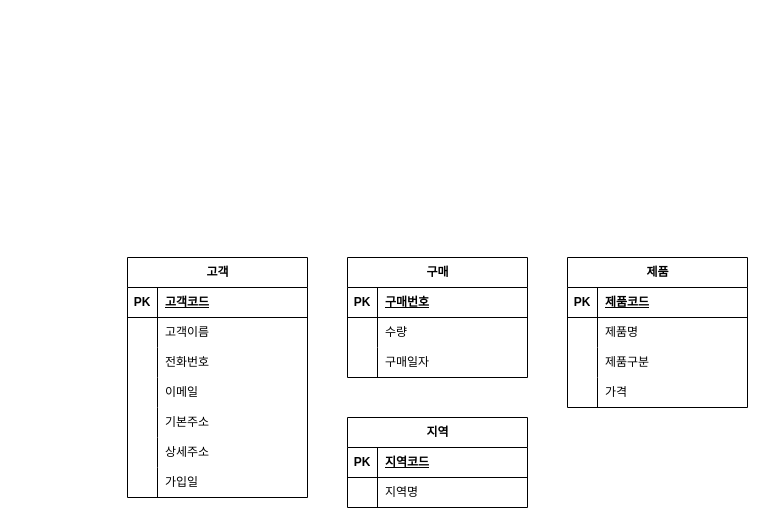
woozi97/erd keeps this draw.io diagram as page "논리적 모델링" (2 of 2) of 제목 없는 다이어그램.drawio. Above is the earlier version. Source tidied: cells renumbered, new cells numbered last; positions are measured from the earlier drawing's top-left corner, leaving out a move shared by most shapes. Both pictures are drawn from the tidied source at 100%, with x=0, y=0 at pixel (127, 257).
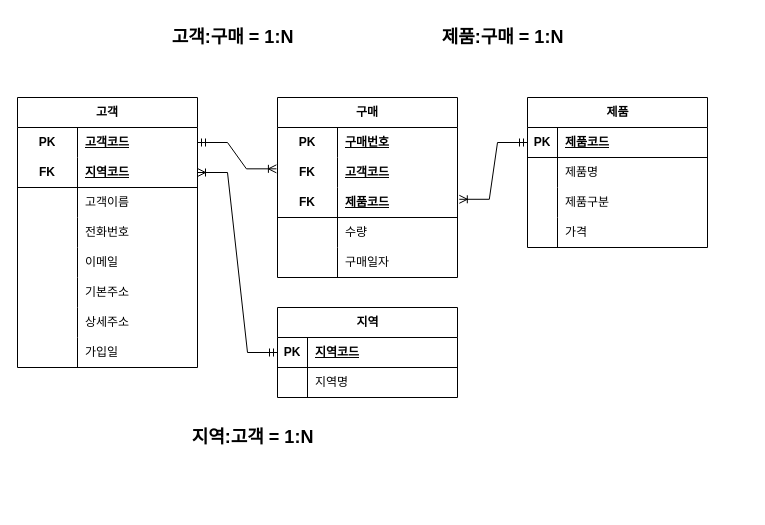
Above is the later version.

Commit message:
제목 없는 다이어그램.drawio 업데이트

The change refers to these unchanged cells:
```xml
<mxCell id="35" style="shape=tableRow;horizontal=0;startSize=0;swimlaneHead=0;swimlaneBody=0;fillColor=none;points=[[0,0.5],[1,0.5]];portConstraint=eastwest;top=0;left=0;right=0;bottom=1;" parent="34" vertex="1">
  <mxGeometry y="30" width="180" height="30" as="geometry" />
</mxCell>
<mxCell id="48" style="shape=tableRow;horizontal=0;startSize=0;swimlaneHead=0;swimlaneBody=0;fillColor=none;points=[[0,0.5],[1,0.5]];portConstraint=eastwest;top=0;left=0;right=0;bottom=1;" parent="47" vertex="1">
  <mxGeometry y="30" width="180" height="30" as="geometry" />
</mxCell>
```

Change to the diagram source:
```diff
@@
-    <mxCell id="2" value="고객" style="shape=table;startSize=30;childLayout=tableLayout;rowLines=0;fontStyle=1;align=center;html=1;" parent="1" vertex="1">
-      <mxGeometry width="180" height="240" as="geometry" />
-    </mxCell>
-    <mxCell id="3" style="shape=tableRow;horizontal=0;startSize=0;swimlaneHead=0;swimlaneBody=0;fillColor=none;top=0;left=0;right=0;bottom=1;" parent="2" vertex="1">
-      <mxGeometry y="30" width="180" height="30" as="geometry" />
-    </mxCell>
-    <mxCell id="4" value="PK" style="shape=partialRectangle;fillColor=none;top=0;left=0;bottom=0;right=0;fontStyle=1;overflow=hidden;whiteSpace=wrap;html=1;" parent="3" vertex="1">
-      <mxGeometry width="30" height="30" as="geometry" />
-    </mxCell>
-    <mxCell id="5" value="고객코드" style="shape=partialRectangle;fillColor=none;top=0;left=0;bottom=0;right=0;align=left;spacingLeft=6;fontStyle=5;overflow=hidden;whiteSpace=wrap;html=1;" parent="3" vertex="1">
-      <mxGeometry x="30" width="150" height="30" as="geometry" />
-    </mxCell>
-    <mxCell id="6" style="shape=tableRow;horizontal=0;startSize=0;swimlaneHead=0;swimlaneBody=0;fillColor=none;top=0;left=0;right=0;bottom=0;" parent="2" vertex="1">
-      <mxGeometry y="60" width="180" height="30" as="geometry" />
-    </mxCell>
-    <mxCell id="7" style="shape=partialRectangle;fillColor=none;top=0;left=0;bottom=0;right=0;overflow=hidden;whiteSpace=wrap;html=1;" parent="6" vertex="1">
-      <mxGeometry width="30" height="30" as="geometry" />
-    </mxCell>
-    <mxCell id="8" value="고객이름" style="shape=partialRectangle;fillColor=none;top=0;left=0;bottom=0;right=0;align=left;spacingLeft=6;overflow=hidden;whiteSpace=wrap;html=1;" parent="6" vertex="1">
-      <mxGeometry x="30" width="150" height="30" as="geometry" />
-    </mxCell>
-    <mxCell id="9" style="shape=tableRow;horizontal=0;startSize=0;swimlaneHead=0;swimlaneBody=0;fillColor=none;top=0;left=0;right=0;bottom=0;" parent="2" vertex="1">
-      <mxGeometry y="90" width="180" height="30" as="geometry" />
-    </mxCell>
-    <mxCell id="10" style="shape=partialRectangle;fillColor=none;top=0;left=0;bottom=0;right=0;overflow=hidden;whiteSpace=wrap;html=1;" parent="9" vertex="1">
-      <mxGeometry width="30" height="30" as="geometry" />
-    </mxCell>
-    <mxCell id="11" value="전화번호" style="shape=partialRectangle;fillColor=none;top=0;left=0;bottom=0;right=0;align=left;spacingLeft=6;overflow=hidden;whiteSpace=wrap;html=1;" parent="9" vertex="1">
-      <mxGeometry x="30" width="150" height="30" as="geometry" />
-    </mxCell>
-    <mxCell id="12" style="shape=tableRow;horizontal=0;startSize=0;swimlaneHead=0;swimlaneBody=0;fillColor=none;top=0;left=0;right=0;bottom=0;" parent="2" vertex="1">
-      <mxGeometry y="120" width="180" height="30" as="geometry" />
-    </mxCell>
-    <mxCell id="13" style="shape=partialRectangle;fillColor=none;top=0;left=0;bottom=0;right=0;overflow=hidden;whiteSpace=wrap;html=1;" parent="12" vertex="1">
-      <mxGeometry width="30" height="30" as="geometry" />
-    </mxCell>
-    <mxCell id="14" value="이메일" style="shape=partialRectangle;fillColor=none;top=0;left=0;bottom=0;right=0;align=left;spacingLeft=6;overflow=hidden;whiteSpace=wrap;html=1;" parent="12" vertex="1">
-      <mxGeometry x="30" width="150" height="30" as="geometry" />
-    </mxCell>
-    <mxCell id="15" style="shape=tableRow;horizontal=0;startSize=0;swimlaneHead=0;swimlaneBody=0;fillColor=none;top=0;left=0;right=0;bottom=0;" parent="2" vertex="1">
-      <mxGeometry y="150" width="180" height="30" as="geometry" />
-    </mxCell>
-    <mxCell id="16" style="shape=partialRectangle;fillColor=none;top=0;left=0;bottom=0;right=0;overflow=hidden;whiteSpace=wrap;html=1;" parent="15" vertex="1">
-      <mxGeometry width="30" height="30" as="geometry" />
-    </mxCell>
-    <mxCell id="17" value="기본주소" style="shape=partialRectangle;fillColor=none;top=0;left=0;bottom=0;right=0;align=left;spacingLeft=6;overflow=hidden;whiteSpace=wrap;html=1;" parent="15" vertex="1">
-      <mxGeometry x="30" width="150" height="30" as="geometry" />
-    </mxCell>
-    <mxCell id="18" style="shape=tableRow;horizontal=0;startSize=0;swimlaneHead=0;swimlaneBody=0;fillColor=none;top=0;left=0;right=0;bottom=0;" parent="2" vertex="1">
-      <mxGeometry y="180" width="180" height="30" as="geometry" />
-    </mxCell>
-    <mxCell id="19" style="shape=partialRectangle;fillColor=none;top=0;left=0;bottom=0;right=0;overflow=hidden;whiteSpace=wrap;html=1;" parent="18" vertex="1">
-      <mxGeometry width="30" height="30" as="geometry" />
-    </mxCell>
-    <mxCell id="20" value="상세주소" style="shape=partialRectangle;fillColor=none;top=0;left=0;bottom=0;right=0;align=left;spacingLeft=6;overflow=hidden;whiteSpace=wrap;html=1;" parent="18" vertex="1">
-      <mxGeometry x="30" width="150" height="30" as="geometry" />
-    </mxCell>
-    <mxCell id="21" style="shape=tableRow;horizontal=0;startSize=0;swimlaneHead=0;swimlaneBody=0;fillColor=none;top=0;left=0;right=0;bottom=0;" parent="2" vertex="1">
-      <mxGeometry y="210" width="180" height="30" as="geometry" />
-    </mxCell>
-    <mxCell id="22" style="shape=partialRectangle;fillColor=none;top=0;left=0;bottom=0;right=0;overflow=hidden;whiteSpace=wrap;html=1;" parent="21" vertex="1">
-      <mxGeometry width="30" height="30" as="geometry" />
-    </mxCell>
-    <mxCell id="23" value="가입일" style="shape=partialRectangle;fillColor=none;top=0;left=0;bottom=0;right=0;align=left;spacingLeft=6;overflow=hidden;whiteSpace=wrap;html=1;" parent="21" vertex="1">
-      <mxGeometry x="30" width="150" height="30" as="geometry" />
-    </mxCell>
-    <mxCell id="24" value="구매" style="shape=table;startSize=30;childLayout=tableLayout;rowLines=0;fontStyle=1;align=center;html=1;" parent="1" vertex="1">
-      <mxGeometry x="220" width="180" height="120" as="geometry" />
-    </mxCell>
-    <mxCell id="25" style="shape=tableRow;horizontal=0;startSize=0;swimlaneHead=0;swimlaneBody=0;fillColor=none;top=0;left=0;right=0;bottom=1;" parent="24" vertex="1">
-      <mxGeometry y="30" width="180" height="30" as="geometry" />
-    </mxCell>
-    <mxCell id="26" value="PK" style="shape=partialRectangle;fillColor=none;top=0;left=0;bottom=0;right=0;fontStyle=1;overflow=hidden;whiteSpace=wrap;html=1;" parent="25" vertex="1">
-      <mxGeometry width="30" height="30" as="geometry" />
-    </mxCell>
-    <mxCell id="27" value="구매번호" style="shape=partialRectangle;fillColor=none;top=0;left=0;bottom=0;right=0;align=left;spacingLeft=6;fontStyle=5;overflow=hidden;whiteSpace=wrap;html=1;" parent="25" vertex="1">
-      <mxGeometry x="30" width="150" height="30" as="geometry" />
-    </mxCell>
-    <mxCell id="28" style="shape=tableRow;horizontal=0;startSize=0;swimlaneHead=0;swimlaneBody=0;fillColor=none;top=0;left=0;right=0;bottom=0;" parent="24" vertex="1">
-      <mxGeometry y="60" width="180" height="30" as="geometry" />
-    </mxCell>
-    <mxCell id="29" style="shape=partialRectangle;fillColor=none;top=0;left=0;bottom=0;right=0;overflow=hidden;whiteSpace=wrap;html=1;" parent="28" vertex="1">
-      <mxGeometry width="30" height="30" as="geometry" />
-    </mxCell>
-    <mxCell id="30" value="수량" style="shape=partialRectangle;fillColor=none;top=0;left=0;bottom=0;right=0;align=left;spacingLeft=6;overflow=hidden;whiteSpace=wrap;html=1;" parent="28" vertex="1">
-      <mxGeometry x="30" width="150" height="30" as="geometry" />
-    </mxCell>
-    <mxCell id="31" style="shape=tableRow;horizontal=0;startSize=0;swimlaneHead=0;swimlaneBody=0;fillColor=none;top=0;left=0;right=0;bottom=0;" parent="24" vertex="1">
-      <mxGeometry y="90" width="180" height="30" as="geometry" />
-    </mxCell>
-    <mxCell id="32" style="shape=partialRectangle;fillColor=none;top=0;left=0;bottom=0;right=0;overflow=hidden;whiteSpace=wrap;html=1;" parent="31" vertex="1">
-      <mxGeometry width="30" height="30" as="geometry" />
-    </mxCell>
-    <mxCell id="33" value="구매일자" style="shape=partialRectangle;fillColor=none;top=0;left=0;bottom=0;right=0;align=left;spacingLeft=6;overflow=hidden;whiteSpace=wrap;html=1;" parent="31" vertex="1">
-      <mxGeometry x="30" width="150" height="30" as="geometry" />
-    </mxCell>
     <mxCell id="34" value="제품" style="shape=table;startSize=30;childLayout=tableLayout;rowLines=0;fontStyle=1;align=center;html=1;" parent="1" vertex="1">
-      <mxGeometry x="440" width="180" height="150" as="geometry" />
+      <mxGeometry x="400" y="-160" width="180" height="150" as="geometry" />
     </mxCell>
@@
     <mxCell id="47" value="지역" style="shape=table;startSize=30;childLayout=tableLayout;rowLines=0;fontStyle=1;align=center;html=1;" parent="1" vertex="1">
-      <mxGeometry x="220" y="160" width="180" height="90" as="geometry" />
+      <mxGeometry x="150" y="50" width="180" height="90" as="geometry" />
     </mxCell>
@@
+    <mxCell id="2" value="고객" style="shape=table;startSize=30;childLayout=tableLayout;rowLines=0;fontStyle=1;align=center;html=1;whiteSpace=wrap;" parent="1" vertex="1">
+      <mxGeometry x="-110" y="-160" width="180" height="270" as="geometry" />
+    </mxCell>
+    <mxCell id="54" style="shape=tableRow;horizontal=0;startSize=0;swimlaneHead=0;swimlaneBody=0;fillColor=none;points=[[0,0.5],[1,0.5]];portConstraint=eastwest;top=0;left=0;right=0;bottom=0;html=1;" parent="2" vertex="1">
+      <mxGeometry y="30" width="180" height="30" as="geometry" />
+    </mxCell>
+    <mxCell id="55" value="PK" style="shape=partialRectangle;fillColor=none;top=0;left=0;bottom=0;right=0;fontStyle=1;overflow=hidden;html=1;whiteSpace=wrap;" parent="54" vertex="1">
+      <mxGeometry width="60" height="30" as="geometry" />
+    </mxCell>
+    <mxCell id="56" value="고객코드" style="shape=partialRectangle;fillColor=none;top=0;left=0;bottom=0;right=0;align=left;spacingLeft=6;fontStyle=5;overflow=hidden;html=1;whiteSpace=wrap;" parent="54" vertex="1">
+      <mxGeometry x="60" width="120" height="30" as="geometry" />
+    </mxCell>
+    <mxCell id="57" style="shape=tableRow;horizontal=0;startSize=0;swimlaneHead=0;swimlaneBody=0;fillColor=none;points=[[0,0.5],[1,0.5]];portConstraint=eastwest;top=0;left=0;right=0;bottom=1;html=1;" parent="2" vertex="1">
+      <mxGeometry y="60" width="180" height="30" as="geometry" />
+    </mxCell>
+    <mxCell id="58" value="FK" style="shape=partialRectangle;fillColor=none;top=0;left=0;bottom=0;right=0;fontStyle=1;overflow=hidden;html=1;whiteSpace=wrap;" parent="57" vertex="1">
+      <mxGeometry width="60" height="30" as="geometry" />
+    </mxCell>
+    <mxCell id="59" value="지역코드" style="shape=partialRectangle;fillColor=none;top=0;left=0;bottom=0;right=0;align=left;spacingLeft=6;fontStyle=5;overflow=hidden;html=1;whiteSpace=wrap;" parent="57" vertex="1">
+      <mxGeometry x="60" width="120" height="30" as="geometry" />
+    </mxCell>
+    <mxCell id="60" style="shape=tableRow;horizontal=0;startSize=0;swimlaneHead=0;swimlaneBody=0;fillColor=none;top=0;left=0;right=0;bottom=0;html=1;" parent="2" vertex="1">
+      <mxGeometry y="90" width="180" height="30" as="geometry" />
+    </mxCell>
+    <mxCell id="61" style="shape=partialRectangle;fillColor=none;top=0;left=0;bottom=0;right=0;overflow=hidden;html=1;whiteSpace=wrap;" parent="60" vertex="1">
+      <mxGeometry width="60" height="30" as="geometry" />
+    </mxCell>
+    <mxCell id="8" value="고객이름" style="shape=partialRectangle;fillColor=none;top=0;left=0;bottom=0;right=0;align=left;spacingLeft=6;overflow=hidden;html=1;whiteSpace=wrap;" parent="60" vertex="1">
+      <mxGeometry x="60" width="120" height="30" as="geometry" />
+    </mxCell>
+    <mxCell id="62" style="shape=tableRow;horizontal=0;startSize=0;swimlaneHead=0;swimlaneBody=0;fillColor=none;top=0;left=0;right=0;bottom=0;html=1;" parent="2" vertex="1">
+      <mxGeometry y="120" width="180" height="30" as="geometry" />
+    </mxCell>
+    <mxCell id="63" style="shape=partialRectangle;fillColor=none;top=0;left=0;bottom=0;right=0;overflow=hidden;html=1;whiteSpace=wrap;" parent="62" vertex="1">
+      <mxGeometry width="60" height="30" as="geometry" />
+    </mxCell>
+    <mxCell id="11" value="전화번호" style="shape=partialRectangle;fillColor=none;top=0;left=0;bottom=0;right=0;align=left;spacingLeft=6;overflow=hidden;html=1;whiteSpace=wrap;" parent="62" vertex="1">
+      <mxGeometry x="60" width="120" height="30" as="geometry" />
+    </mxCell>
+    <mxCell id="64" style="shape=tableRow;horizontal=0;startSize=0;swimlaneHead=0;swimlaneBody=0;fillColor=none;top=0;left=0;right=0;bottom=0;html=1;" parent="2" vertex="1">
+      <mxGeometry y="150" width="180" height="30" as="geometry" />
+    </mxCell>
+    <mxCell id="65" style="shape=partialRectangle;fillColor=none;top=0;left=0;bottom=0;right=0;overflow=hidden;html=1;whiteSpace=wrap;" parent="64" vertex="1">
+      <mxGeometry width="60" height="30" as="geometry" />
+    </mxCell>
+    <mxCell id="14" value="이메일" style="shape=partialRectangle;fillColor=none;top=0;left=0;bottom=0;right=0;align=left;spacingLeft=6;overflow=hidden;html=1;whiteSpace=wrap;" parent="64" vertex="1">
+      <mxGeometry x="60" width="120" height="30" as="geometry" />
+    </mxCell>
+    <mxCell id="66" style="shape=tableRow;horizontal=0;startSize=0;swimlaneHead=0;swimlaneBody=0;fillColor=none;top=0;left=0;right=0;bottom=0;html=1;" parent="2" vertex="1">
+      <mxGeometry y="180" width="180" height="30" as="geometry" />
+    </mxCell>
+    <mxCell id="67" style="shape=partialRectangle;fillColor=none;top=0;left=0;bottom=0;right=0;overflow=hidden;html=1;whiteSpace=wrap;" parent="66" vertex="1">
+      <mxGeometry width="60" height="30" as="geometry" />
+    </mxCell>
+    <mxCell id="17" value="기본주소" style="shape=partialRectangle;fillColor=none;top=0;left=0;bottom=0;right=0;align=left;spacingLeft=6;overflow=hidden;html=1;whiteSpace=wrap;" parent="66" vertex="1">
+      <mxGeometry x="60" width="120" height="30" as="geometry" />
+    </mxCell>
+    <mxCell id="68" style="shape=tableRow;horizontal=0;startSize=0;swimlaneHead=0;swimlaneBody=0;fillColor=none;top=0;left=0;right=0;bottom=0;html=1;" parent="2" vertex="1">
+      <mxGeometry y="210" width="180" height="30" as="geometry" />
+    </mxCell>
+    <mxCell id="69" style="shape=partialRectangle;fillColor=none;top=0;left=0;bottom=0;right=0;overflow=hidden;html=1;whiteSpace=wrap;" parent="68" vertex="1">
+      <mxGeometry width="60" height="30" as="geometry" />
+    </mxCell>
+    <mxCell id="20" value="상세주소" style="shape=partialRectangle;fillColor=none;top=0;left=0;bottom=0;right=0;align=left;spacingLeft=6;overflow=hidden;html=1;whiteSpace=wrap;" parent="68" vertex="1">
+      <mxGeometry x="60" width="120" height="30" as="geometry" />
+    </mxCell>
+    <mxCell id="70" style="shape=tableRow;horizontal=0;startSize=0;swimlaneHead=0;swimlaneBody=0;fillColor=none;top=0;left=0;right=0;bottom=0;html=1;" parent="2" vertex="1">
+      <mxGeometry y="240" width="180" height="30" as="geometry" />
+    </mxCell>
+    <mxCell id="71" style="shape=partialRectangle;fillColor=none;top=0;left=0;bottom=0;right=0;overflow=hidden;html=1;whiteSpace=wrap;" parent="70" vertex="1">
+      <mxGeometry width="60" height="30" as="geometry" />
+    </mxCell>
+    <mxCell id="23" value="가입일" style="shape=partialRectangle;fillColor=none;top=0;left=0;bottom=0;right=0;align=left;spacingLeft=6;overflow=hidden;html=1;whiteSpace=wrap;" parent="70" vertex="1">
+      <mxGeometry x="60" width="120" height="30" as="geometry" />
+    </mxCell>
+    <mxCell id="24" value="구매" style="shape=table;startSize=30;childLayout=tableLayout;rowLines=0;fontStyle=1;align=center;html=1;whiteSpace=wrap;" parent="1" vertex="1">
+      <mxGeometry x="150" y="-160" width="180" height="180" as="geometry" />
+    </mxCell>
+    <mxCell id="72" style="shape=tableRow;horizontal=0;startSize=0;swimlaneHead=0;swimlaneBody=0;fillColor=none;top=0;left=0;right=0;bottom=0;html=1;" parent="24" vertex="1">
+      <mxGeometry y="30" width="180" height="30" as="geometry" />
+    </mxCell>
+    <mxCell id="73" value="PK" style="shape=partialRectangle;fillColor=none;top=0;left=0;bottom=0;right=0;fontStyle=1;overflow=hidden;html=1;whiteSpace=wrap;" parent="72" vertex="1">
+      <mxGeometry width="60" height="30" as="geometry" />
+    </mxCell>
+    <mxCell id="27" value="구매번호" style="shape=partialRectangle;fillColor=none;top=0;left=0;bottom=0;right=0;align=left;spacingLeft=6;fontStyle=5;overflow=hidden;html=1;whiteSpace=wrap;" parent="72" vertex="1">
+      <mxGeometry x="60" width="120" height="30" as="geometry" />
+    </mxCell>
+    <mxCell id="74" style="shape=tableRow;horizontal=0;startSize=0;swimlaneHead=0;swimlaneBody=0;fillColor=none;points=[[0,0.5],[1,0.5]];portConstraint=eastwest;top=0;left=0;right=0;bottom=0;html=1;" parent="24" vertex="1">
+      <mxGeometry y="60" width="180" height="30" as="geometry" />
+    </mxCell>
+    <mxCell id="75" value="FK" style="shape=partialRectangle;fillColor=none;top=0;left=0;bottom=0;right=0;fontStyle=1;overflow=hidden;html=1;whiteSpace=wrap;" parent="74" vertex="1">
+      <mxGeometry width="60" height="30" as="geometry" />
+    </mxCell>
+    <mxCell id="76" value="고객코드" style="shape=partialRectangle;fillColor=none;top=0;left=0;bottom=0;right=0;align=left;spacingLeft=6;fontStyle=5;overflow=hidden;html=1;whiteSpace=wrap;" parent="74" vertex="1">
+      <mxGeometry x="60" width="120" height="30" as="geometry" />
+    </mxCell>
+    <mxCell id="77" style="shape=tableRow;horizontal=0;startSize=0;swimlaneHead=0;swimlaneBody=0;fillColor=none;points=[[0,0.5],[1,0.5]];portConstraint=eastwest;top=0;left=0;right=0;bottom=1;html=1;" parent="24" vertex="1">
+      <mxGeometry y="90" width="180" height="30" as="geometry" />
+    </mxCell>
+    <mxCell id="78" value="FK" style="shape=partialRectangle;fillColor=none;top=0;left=0;bottom=0;right=0;fontStyle=1;overflow=hidden;html=1;whiteSpace=wrap;" parent="77" vertex="1">
+      <mxGeometry width="60" height="30" as="geometry" />
+    </mxCell>
+    <mxCell id="79" value="제품코드" style="shape=partialRectangle;fillColor=none;top=0;left=0;bottom=0;right=0;align=left;spacingLeft=6;fontStyle=5;overflow=hidden;html=1;whiteSpace=wrap;" parent="77" vertex="1">
+      <mxGeometry x="60" width="120" height="30" as="geometry" />
+    </mxCell>
+    <mxCell id="80" style="shape=tableRow;horizontal=0;startSize=0;swimlaneHead=0;swimlaneBody=0;fillColor=none;top=0;left=0;right=0;bottom=0;html=1;" parent="24" vertex="1">
+      <mxGeometry y="120" width="180" height="30" as="geometry" />
+    </mxCell>
+    <mxCell id="81" style="shape=partialRectangle;fillColor=none;top=0;left=0;bottom=0;right=0;overflow=hidden;html=1;whiteSpace=wrap;" parent="80" vertex="1">
+      <mxGeometry width="60" height="30" as="geometry" />
+    </mxCell>
+    <mxCell id="30" value="수량" style="shape=partialRectangle;fillColor=none;top=0;left=0;bottom=0;right=0;align=left;spacingLeft=6;overflow=hidden;html=1;whiteSpace=wrap;" parent="80" vertex="1">
+      <mxGeometry x="60" width="120" height="30" as="geometry" />
+    </mxCell>
+    <mxCell id="82" style="shape=tableRow;horizontal=0;startSize=0;swimlaneHead=0;swimlaneBody=0;fillColor=none;top=0;left=0;right=0;bottom=0;html=1;" parent="24" vertex="1">
+      <mxGeometry y="150" width="180" height="30" as="geometry" />
+    </mxCell>
+    <mxCell id="83" style="shape=partialRectangle;fillColor=none;top=0;left=0;bottom=0;right=0;overflow=hidden;html=1;whiteSpace=wrap;" parent="82" vertex="1">
+      <mxGeometry width="60" height="30" as="geometry" />
+    </mxCell>
+    <mxCell id="33" value="구매일자" style="shape=partialRectangle;fillColor=none;top=0;left=0;bottom=0;right=0;align=left;spacingLeft=6;overflow=hidden;html=1;whiteSpace=wrap;" parent="82" vertex="1">
+      <mxGeometry x="60" width="120" height="30" as="geometry" />
+    </mxCell>
+    <mxCell id="84" style="edgeStyle=entityRelationEdgeStyle;fontSize=12;html=1;endArrow=ERoneToMany;startArrow=ERmandOne;rounded=0;entryX=-0.006;entryY=0.378;entryDx=0;entryDy=0;entryPerimeter=0;" parent="1" edge="1" source="54" target="74">
+      <mxGeometry relative="1" as="geometry" />
+    </mxCell>
+    <mxCell id="85" style="edgeStyle=entityRelationEdgeStyle;fontSize=12;html=1;endArrow=ERoneToMany;startArrow=ERmandOne;rounded=0;entryX=1;entryY=0.5;entryDx=0;entryDy=0;exitX=0;exitY=0.5;exitDx=0;exitDy=0;" parent="1" edge="1" source="48" target="57">
+      <mxGeometry relative="1" as="geometry" />
+    </mxCell>
+    <mxCell id="86" style="edgeStyle=entityRelationEdgeStyle;fontSize=12;html=1;endArrow=ERoneToMany;startArrow=ERmandOne;rounded=0;entryX=1.01;entryY=0.393;entryDx=0;entryDy=0;exitX=0;exitY=0.5;exitDx=0;exitDy=0;entryPerimeter=0;" parent="1" edge="1" source="35" target="77">
+      <mxGeometry relative="1" as="geometry" />
+    </mxCell>
+    <mxCell id="87" value="고객:구매 = 1:N" style="text;strokeColor=none;fillColor=none;html=1;fontSize=18;fontStyle=1;verticalAlign=middle;align=center;" parent="1" vertex="1">
+      <mxGeometry x="30" y="-240" width="150" height="40" as="geometry" />
+    </mxCell>
+    <mxCell id="88" value="제품:구매 = 1:N" style="text;strokeColor=none;fillColor=none;html=1;fontSize=18;fontStyle=1;verticalAlign=middle;align=center;" parent="1" vertex="1">
+      <mxGeometry x="300" y="-240" width="150" height="40" as="geometry" />
+    </mxCell>
+    <mxCell id="89" value="지역:고객 = 1:N" style="text;strokeColor=none;fillColor=none;html=1;fontSize=18;fontStyle=1;verticalAlign=middle;align=center;" parent="1" vertex="1">
+      <mxGeometry x="50" y="160" width="150" height="40" as="geometry" />
+    </mxCell>
```
